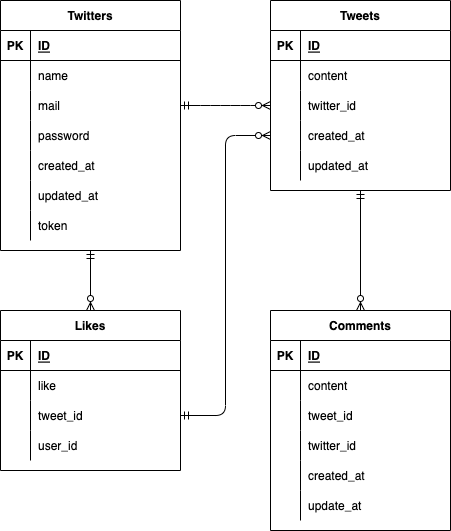
This is ER.drawio.png from masanarimiura/Twitter-SNS-app, a draw.io export, as it was before one commit. Source tidied: cells renumbered, new cells last; positions are measured from the earlier drawing's top-left corner, leaving out a move shared by most shapes.
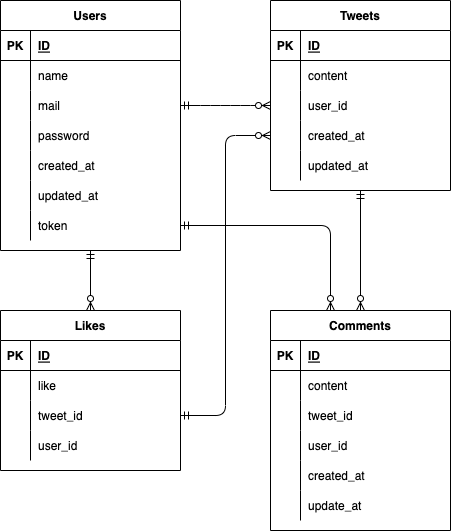
The same file after the commit.

What changed in the source:
```diff
@@ -2,7 +2,7 @@
   <root>
     <mxCell id="0" />
     <mxCell id="1" parent="0" />
-    <mxCell id="2" value="Twitters" style="shape=table;startSize=30;rowLines=0;fontStyle=1;align=center;" parent="1" vertex="1">
+    <mxCell id="2" value="Users" style="shape=table;startSize=30;rowLines=0;fontStyle=1;align=center;" parent="1" vertex="1">
       <mxGeometry width="180" height="250" as="geometry" />
     </mxCell>
     <mxCell id="3" style="shape=partialRectangle;fillColor=none;top=0;left=0;bottom=1;right=0;" parent="2" vertex="1">
@@ -95,7 +95,7 @@
     <mxCell id="32" style="shape=partialRectangle;fillColor=none;top=0;left=0;bottom=0;right=0;overflow=hidden;" parent="31" vertex="1">
       <mxGeometry width="30" height="30" as="geometry" />
     </mxCell>
-    <mxCell id="33" value="twitter_id" style="shape=partialRectangle;fillColor=none;top=0;left=0;bottom=0;right=0;align=left;spacingLeft=6;overflow=hidden;" parent="31" vertex="1">
+    <mxCell id="33" value="user_id" style="shape=partialRectangle;fillColor=none;top=0;left=0;bottom=0;right=0;align=left;spacingLeft=6;overflow=hidden;" parent="31" vertex="1">
       <mxGeometry x="30" width="150" height="30" as="geometry" />
     </mxCell>
     <mxCell id="34" style="shape=partialRectangle;fillColor=none;top=0;left=0;bottom=0;right=0;points=[[0,0.5],[1,0.5]];portConstraint=eastwest;" parent="24" vertex="1">
@@ -152,7 +152,7 @@
     <mxCell id="51" style="shape=partialRectangle;fillColor=none;top=0;left=0;bottom=0;right=0;overflow=hidden;" parent="50" vertex="1">
       <mxGeometry width="30" height="30" as="geometry" />
     </mxCell>
-    <mxCell id="52" value="twitter_id" style="shape=partialRectangle;fillColor=none;top=0;left=0;bottom=0;right=0;align=left;spacingLeft=6;overflow=hidden;" parent="50" vertex="1">
+    <mxCell id="52" value="user_id" style="shape=partialRectangle;fillColor=none;top=0;left=0;bottom=0;right=0;align=left;spacingLeft=6;overflow=hidden;" parent="50" vertex="1">
       <mxGeometry x="30" width="150" height="30" as="geometry" />
     </mxCell>
     <mxCell id="53" style="shape=partialRectangle;fillColor=none;top=0;left=0;bottom=0;right=0;" parent="40" vertex="1">
@@ -226,5 +226,10 @@
     <mxCell id="75" style="edgeStyle=orthogonalEdgeStyle;fontSize=12;html=1;endArrow=ERzeroToMany;startArrow=ERmandOne;strokeWidth=1;exitX=1;exitY=0.5;exitDx=0;exitDy=0;entryX=0;entryY=0.5;entryDx=0;entryDy=0;" parent="1" edge="1" source="66" target="34">
       <mxGeometry relative="1" as="geometry" />
     </mxCell>
+    <mxCell id="76" style="edgeStyle=orthogonalEdgeStyle;fontSize=12;html=1;endArrow=ERzeroToMany;startArrow=ERmandOne;strokeWidth=1;exitX=1;exitY=0.5;exitDx=0;exitDy=0;entryX=0;entryY=0.5;entryDx=0;entryDy=0;" parent="1" edge="1" source="21">
+      <mxGeometry relative="1" as="geometry">
+        <mxPoint x="330" y="310" as="targetPoint" />
+      </mxGeometry>
+    </mxCell>
   </root>
 </mxGraphModel>
```
